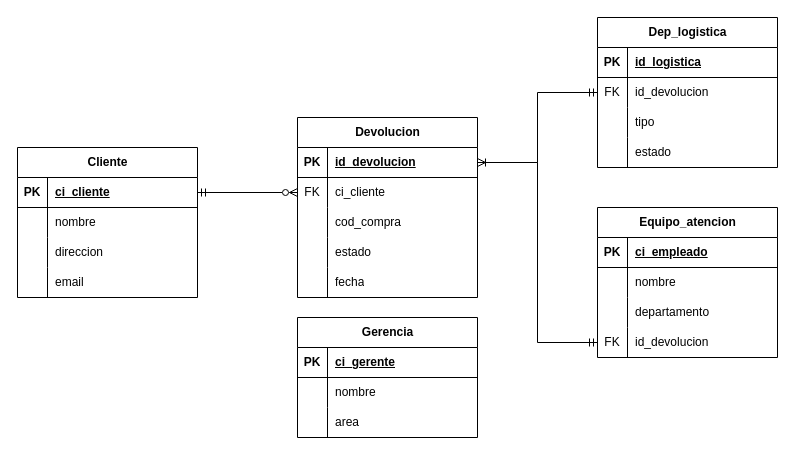
AlbanyNVRodriguez/draw---diagrams keeps this draw.io diagram as page "MR" (1 of 3) of automatizacion - ecommerce.drawio. Above is the earlier version. Source tidied: cells renumbered, new cells numbered last; positions are measured from the earlier drawing's top-left corner, leaving out a move shared by most shapes. Both pictures are drawn from the tidied source at 100%, with x=0, y=0 at pixel (17, 17).
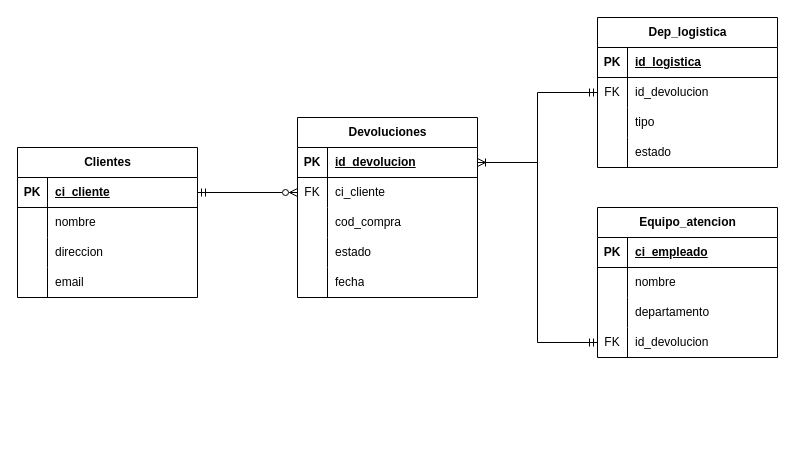
The same diagram, later.

What changed in the source:
```diff
@@
-    <mxCell id="2" value="Cliente" style="shape=table;startSize=30;childLayout=tableLayout;rowLines=0;fontStyle=1;align=center;html=1;" parent="1" vertex="1">
+    <mxCell id="2" value="Clientes" style="shape=table;startSize=30;childLayout=tableLayout;rowLines=0;fontStyle=1;align=center;html=1;" parent="1" vertex="1">
       <mxGeometry y="130" width="180" height="150" as="geometry" />
     </mxCell>
@@
-    <mxCell id="28" value="Devolucion" style="shape=table;startSize=30;childLayout=tableLayout;rowLines=0;fontStyle=1;align=center;html=1;" parent="1" vertex="1">
+    <mxCell id="28" value="Devoluciones" style="shape=table;startSize=30;childLayout=tableLayout;rowLines=0;fontStyle=1;align=center;html=1;" parent="1" vertex="1">
       <mxGeometry x="280" y="100" width="180" height="180" as="geometry" />
     </mxCell>
@@
-    <mxCell id="44" value="Gerencia" style="shape=table;startSize=30;childLayout=tableLayout;rowLines=0;fontStyle=1;align=center;html=1;" parent="1" vertex="1">
-      <mxGeometry x="280" y="300" width="180" height="120" as="geometry" />
-    </mxCell>
-    <mxCell id="45" style="shape=tableRow;horizontal=0;startSize=0;swimlaneHead=0;swimlaneBody=0;fillColor=none;top=0;left=0;right=0;bottom=1;" parent="44" vertex="1">
-      <mxGeometry y="30" width="180" height="30" as="geometry" />
-    </mxCell>
-    <mxCell id="46" value="PK" style="shape=partialRectangle;fillColor=none;top=0;left=0;bottom=0;right=0;fontStyle=1;overflow=hidden;whiteSpace=wrap;html=1;" parent="45" vertex="1">
-      <mxGeometry width="30" height="30" as="geometry" />
-    </mxCell>
-    <mxCell id="47" value="ci_gerente" style="shape=partialRectangle;fillColor=none;top=0;left=0;bottom=0;right=0;align=left;spacingLeft=6;fontStyle=5;overflow=hidden;whiteSpace=wrap;html=1;" parent="45" vertex="1">
-      <mxGeometry x="30" width="150" height="30" as="geometry" />
-    </mxCell>
-    <mxCell id="48" style="shape=tableRow;horizontal=0;startSize=0;swimlaneHead=0;swimlaneBody=0;fillColor=none;top=0;left=0;right=0;bottom=0;" parent="44" vertex="1">
-      <mxGeometry y="60" width="180" height="30" as="geometry" />
-    </mxCell>
-    <mxCell id="49" style="shape=partialRectangle;fillColor=none;top=0;left=0;bottom=0;right=0;overflow=hidden;whiteSpace=wrap;html=1;" parent="48" vertex="1">
-      <mxGeometry width="30" height="30" as="geometry" />
-    </mxCell>
-    <mxCell id="50" value="nombre" style="shape=partialRectangle;fillColor=none;top=0;left=0;bottom=0;right=0;align=left;spacingLeft=6;overflow=hidden;whiteSpace=wrap;html=1;fontStyle=0;" parent="48" vertex="1">
-      <mxGeometry x="30" width="150" height="30" as="geometry" />
-    </mxCell>
-    <mxCell id="51" style="shape=tableRow;horizontal=0;startSize=0;swimlaneHead=0;swimlaneBody=0;fillColor=none;top=0;left=0;right=0;bottom=0;" parent="44" vertex="1">
-      <mxGeometry y="90" width="180" height="30" as="geometry" />
-    </mxCell>
-    <mxCell id="52" style="shape=partialRectangle;fillColor=none;top=0;left=0;bottom=0;right=0;overflow=hidden;whiteSpace=wrap;html=1;" parent="51" vertex="1">
-      <mxGeometry width="30" height="30" as="geometry" />
-    </mxCell>
-    <mxCell id="53" value="area" style="shape=partialRectangle;fillColor=none;top=0;left=0;bottom=0;right=0;align=left;spacingLeft=6;overflow=hidden;whiteSpace=wrap;html=1;" parent="51" vertex="1">
-      <mxGeometry x="30" width="150" height="30" as="geometry" />
-    </mxCell>
```
